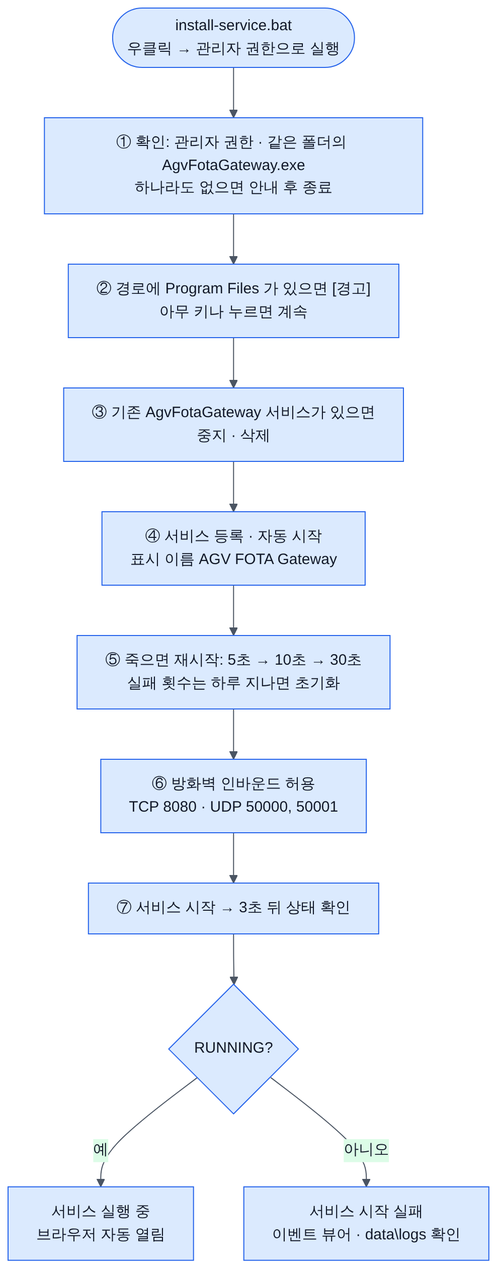
Above: docs/images/diagrams/install-service-steps.png in Leepy0/AGV_FOTA_GATEWAY (Mermaid), before the change. Its source is kept beside it as docs/diagrams/install-service-steps.mmd. The source it was exported from:
```mermaid
flowchart TD
  A(["install-service.bat<br/>우클릭 → 관리자 권한으로 실행"]) --> C1
  C1["① 확인: 관리자 권한 · 같은 폴더의 AgvFotaGateway.exe<br/>하나라도 없으면 안내 후 종료"] --> C2
  C2["② 경로에 Program Files 가 있으면 [경고]<br/>아무 키나 누르면 계속"] --> C3
  C3["③ 기존 AgvFotaGateway 서비스가 있으면<br/>중지 · 삭제"] --> C4
  C4["④ 서비스 등록 · 자동 시작<br/>표시 이름 AGV FOTA Gateway"] --> C5
  C5["⑤ 죽으면 재시작: 5초 → 10초 → 30초<br/>실패 횟수는 하루 지나면 초기화"] --> C6
  C6["⑥ 방화벽 인바운드 허용<br/>TCP 8080 · UDP 50000, 50001"] --> C7
  C7["⑦ 서비스 시작 → 3초 뒤 상태 확인"] --> K{"RUNNING?"}
  K -- 예 --> OK["서비스 실행 중<br/>브라우저 자동 열림"]
  K -- 아니오 --> NG["서비스 시작 실패<br/>이벤트 뷰어 · data\logs 확인"]
```
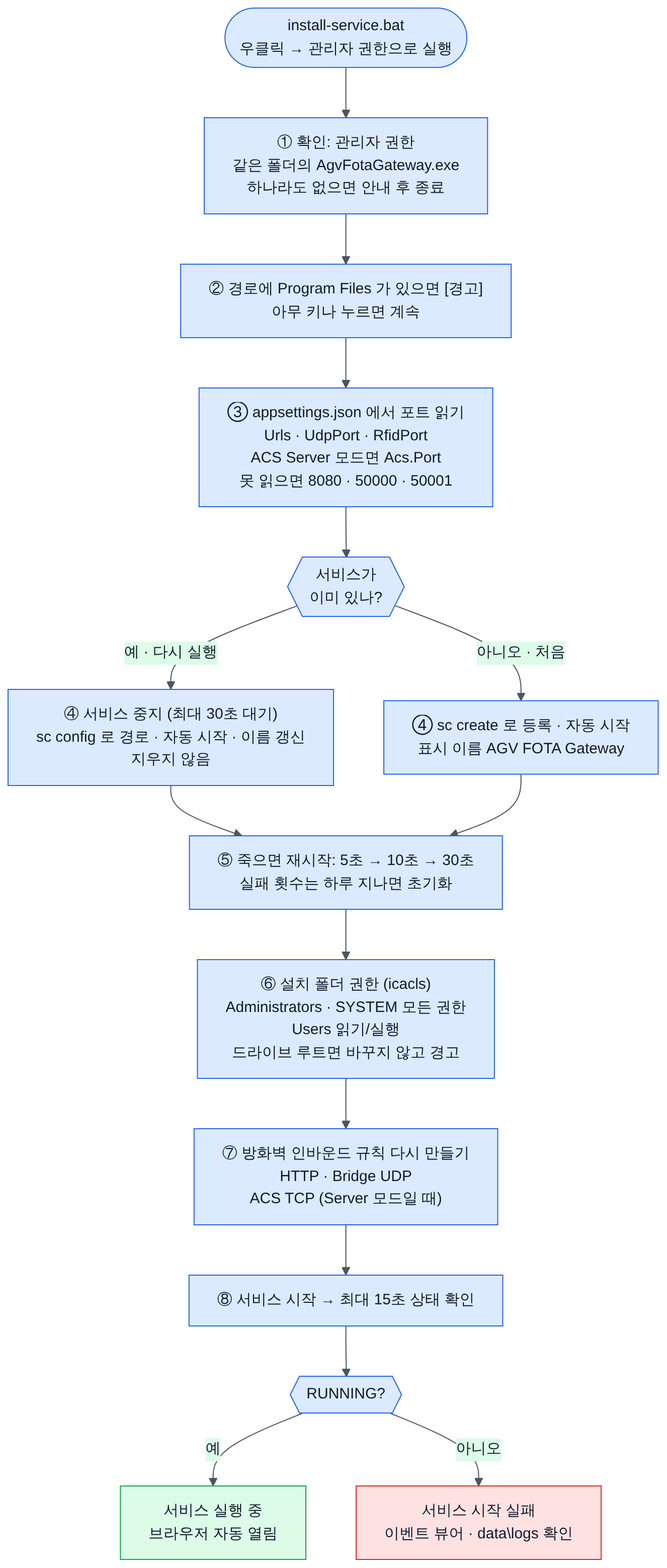
After the commit.

Diff of the diagram source:
```diff
@@ -1,11 +1,19 @@
 flowchart TD
   A(["install-service.bat<br/>우클릭 → 관리자 권한으로 실행"]) --> C1
-  C1["① 확인: 관리자 권한 · 같은 폴더의 AgvFotaGateway.exe<br/>하나라도 없으면 안내 후 종료"] --> C2
+  C1["① 확인: 관리자 권한<br/>같은 폴더의 AgvFotaGateway.exe<br/>하나라도 없으면 안내 후 종료"] --> C2
   C2["② 경로에 Program Files 가 있으면 [경고]<br/>아무 키나 누르면 계속"] --> C3
-  C3["③ 기존 AgvFotaGateway 서비스가 있으면<br/>중지 · 삭제"] --> C4
-  C4["④ 서비스 등록 · 자동 시작<br/>표시 이름 AGV FOTA Gateway"] --> C5
+  C3["③ appsettings.json 에서 포트 읽기<br/>Urls · UdpPort · RfidPort<br/>ACS Server 모드면 Acs.Port<br/>못 읽으면 8080 · 50000 · 50001"] --> Q{{"서비스가<br/>이미 있나?"}}
+  Q -- "예 · 다시 실행" --> C4a["④ 서비스 중지 (최대 30초 대기)<br/>sc config 로 경로 · 자동 시작 · 이름 갱신<br/>지우지 않음"]
+  Q -- "아니오 · 처음" --> C4b["④ sc create 로 등록 · 자동 시작<br/>표시 이름 AGV FOTA Gateway"]
+  C4a --> C5
+  C4b --> C5
   C5["⑤ 죽으면 재시작: 5초 → 10초 → 30초<br/>실패 횟수는 하루 지나면 초기화"] --> C6
-  C6["⑥ 방화벽 인바운드 허용<br/>TCP 8080 · UDP 50000, 50001"] --> C7
-  C7["⑦ 서비스 시작 → 3초 뒤 상태 확인"] --> K{"RUNNING?"}
+  C6["⑥ 설치 폴더 권한 (icacls)<br/>Administrators · SYSTEM 모든 권한<br/>Users 읽기/실행<br/>드라이브 루트면 바꾸지 않고 경고"] --> C7
+  C7["⑦ 방화벽 인바운드 규칙 다시 만들기<br/>HTTP · Bridge UDP<br/>ACS TCP (Server 모드일 때)"] --> C8
+  C8["⑧ 서비스 시작 → 최대 15초 상태 확인"] --> K{{"RUNNING?"}}
   K -- 예 --> OK["서비스 실행 중<br/>브라우저 자동 열림"]
   K -- 아니오 --> NG["서비스 시작 실패<br/>이벤트 뷰어 · data\logs 확인"]
+  classDef ok fill:#dcfce7,stroke:#16a34a,color:#0f172a
+  classDef bad fill:#fee2e2,stroke:#dc2626,color:#0f172a
+  class OK ok
+  class NG bad
```
